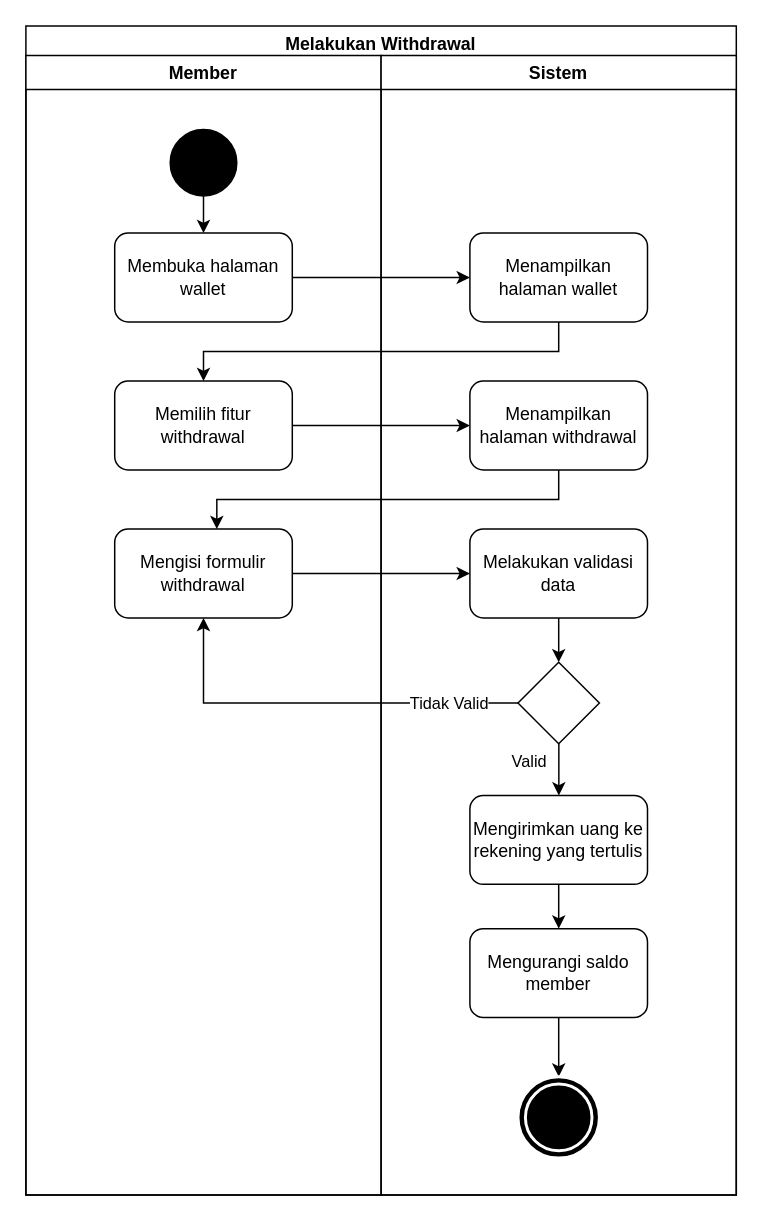
Before: Diagram/Activity Diagram/14. melakukan withdrawal.drawio in techie-jhs/thesis, a draw.io diagram. Source tidied: cells renumbered, new cells numbered last; positions are measured from the earlier drawing's top-left corner, leaving out a move shared by most shapes. Both pictures are drawn from the tidied source at 148%, with x=0, y=0 at pixel (25, 25).
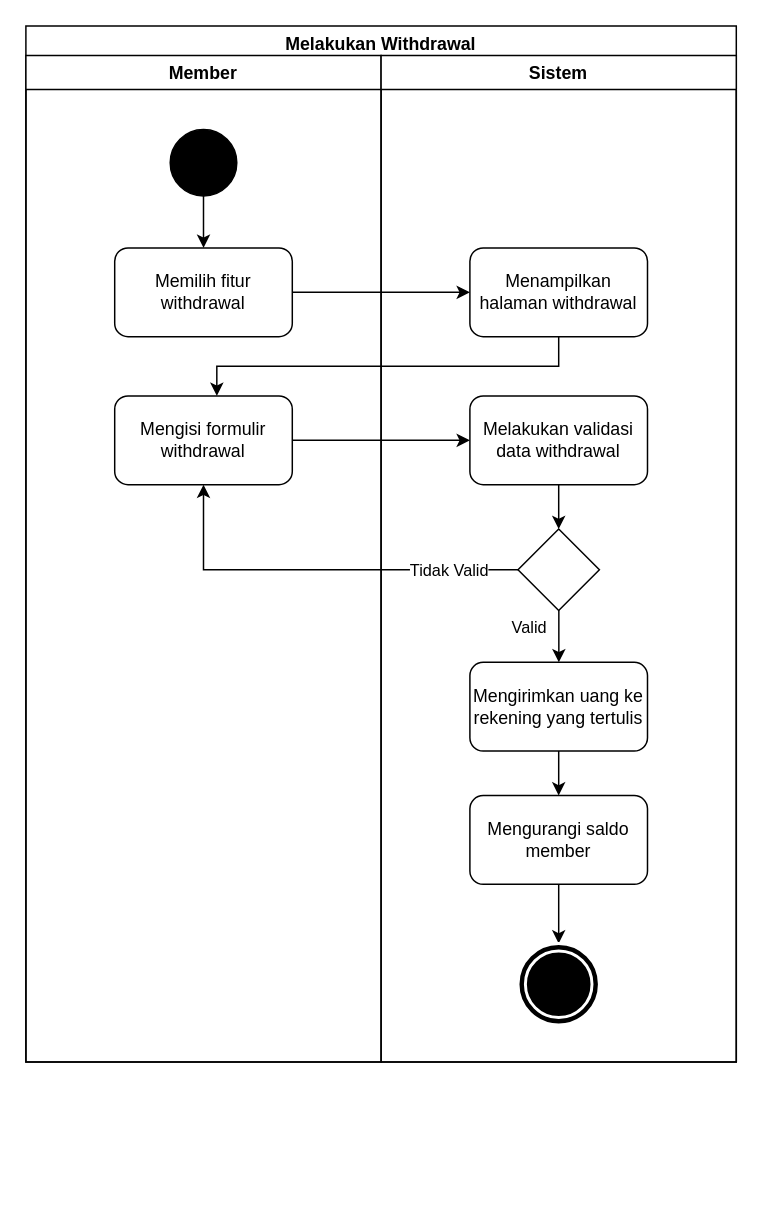
Above is the later version.

Unchanged cells that the change refers to:
```xml
<mxCell id="5" style="ellipse;whiteSpace=wrap;html=1;fillColor=#000000;" parent="3" vertex="1">
  <mxGeometry x="97.5" y="50" width="45" height="45" as="geometry" />
</mxCell>
```

Change to the diagram source:
```diff
@@
     <mxCell id="2" value="Melakukan Withdrawal" style="swimlane;fillColor=none;" parent="1" vertex="1">
-      <mxGeometry width="480" height="790" as="geometry" />
+      <mxGeometry width="480" height="700" as="geometry" />
     </mxCell>
     <mxCell id="3" value="Member" style="swimlane;" parent="2" vertex="1">
-      <mxGeometry y="20" width="240" height="770" as="geometry" />
+      <mxGeometry y="20" width="240" height="680" as="geometry" />
     </mxCell>
-    <mxCell id="4" style="edgeStyle=orthogonalEdgeStyle;rounded=0;jettySize=auto;html=1;" parent="3" edge="1" source="5" target="6">
-      <mxGeometry relative="1" as="geometry" />
-    </mxCell>
+    <mxCell id="28" style="edgeStyle=orthogonalEdgeStyle;rounded=0;jettySize=auto;html=1;" parent="3" edge="1" source="5" target="7">
+      <mxGeometry relative="1" as="geometry" />
+    </mxCell>
@@
-    <mxCell id="6" value="Membuka halaman wallet" style="rounded=1;whiteSpace=wrap;html=1;fillColor=none;" parent="3" vertex="1">
-      <mxGeometry x="60" y="120" width="120" height="60" as="geometry" />
-    </mxCell>
     <mxCell id="7" value="Memilih fitur withdrawal" style="rounded=1;whiteSpace=wrap;html=1;fillColor=none;" parent="3" vertex="1">
-      <mxGeometry x="60" y="220" width="120" height="60" as="geometry" />
+      <mxGeometry x="60" y="130" width="120" height="60" as="geometry" />
     </mxCell>
     <mxCell id="8" value="Mengisi formulir withdrawal" style="rounded=1;whiteSpace=wrap;html=1;fillColor=none;" parent="3" vertex="1">
-      <mxGeometry x="60" y="320" width="120" height="60" as="geometry" />
+      <mxGeometry x="60" y="230" width="120" height="60" as="geometry" />
     </mxCell>
     <mxCell id="9" value="Sistem" style="swimlane;" parent="2" vertex="1">
-      <mxGeometry x="240" y="20" width="240" height="770" as="geometry" />
+      <mxGeometry x="240" y="20" width="240" height="680" as="geometry" />
     </mxCell>
-    <mxCell id="10" value="Menampilkan halaman wallet" style="rounded=1;whiteSpace=wrap;html=1;fillColor=none;" parent="9" vertex="1">
-      <mxGeometry x="60" y="120" width="120" height="60" as="geometry" />
-    </mxCell>
     <mxCell id="11" value="Menampilkan halaman withdrawal" style="rounded=1;whiteSpace=wrap;html=1;fillColor=none;" parent="9" vertex="1">
-      <mxGeometry x="60" y="220" width="120" height="60" as="geometry" />
+      <mxGeometry x="60" y="130" width="120" height="60" as="geometry" />
     </mxCell>
-    <mxCell id="12" value="Melakukan validasi data" style="rounded=1;whiteSpace=wrap;html=1;fillColor=none;" parent="9" vertex="1">
-      <mxGeometry x="60" y="320" width="120" height="60" as="geometry" />
+    <mxCell id="12" value="Melakukan validasi data withdrawal" style="rounded=1;whiteSpace=wrap;html=1;fillColor=none;" parent="9" vertex="1">
+      <mxGeometry x="60" y="230" width="120" height="60" as="geometry" />
     </mxCell>
     <mxCell id="13" value="Valid" style="edgeStyle=orthogonalEdgeStyle;rounded=0;orthogonalLoop=1;jettySize=auto;html=1;" parent="9" edge="1">
       <mxGeometry x="-0.33" y="-20" relative="1" as="geometry">
-        <mxPoint x="120.1" y="464.9" as="sourcePoint" />
-        <mxPoint x="120.1" y="500" as="targetPoint" />
+        <mxPoint x="120.1" y="374.9" as="sourcePoint" />
+        <mxPoint x="120.1" y="410" as="targetPoint" />
       </mxGeometry>
     </mxCell>
     <mxCell id="14" style="rhombus;whiteSpace=wrap;html=1;fillColor=none;" parent="9" vertex="1">
-      <mxGeometry x="92.5" y="410" width="55" height="55" as="geometry" />
+      <mxGeometry x="92.5" y="320" width="55" height="55" as="geometry" />
     </mxCell>
@@
     <mxCell id="16" value="Mengirimkan uang ke rekening yang tertulis" style="rounded=1;whiteSpace=wrap;html=1;fillColor=none;" parent="9" vertex="1">
-      <mxGeometry x="60" y="500" width="120" height="60" as="geometry" />
+      <mxGeometry x="60" y="410" width="120" height="60" as="geometry" />
     </mxCell>
@@
     <mxCell id="19" value="Mengurangi saldo member" style="rounded=1;whiteSpace=wrap;html=1;fillColor=none;" parent="9" vertex="1">
-      <mxGeometry x="60" y="590" width="120" height="60" as="geometry" />
+      <mxGeometry x="60" y="500" width="120" height="60" as="geometry" />
     </mxCell>
     <mxCell id="20" style="ellipse;shape=doubleEllipse;whiteSpace=wrap;html=1;fillColor=#000000;strokeColor=#FFFFFF;strokeWidth=2;" parent="9" vertex="1">
-      <mxGeometry x="92.5" y="690" width="55" height="55" as="geometry" />
+      <mxGeometry x="92.5" y="600" width="55" height="55" as="geometry" />
     </mxCell>
-    <mxCell id="21" style="edgeStyle=orthogonalEdgeStyle;rounded=0;jettySize=auto;html=1;" parent="2" edge="1" source="6" target="10">
-      <mxGeometry relative="1" as="geometry" />
-    </mxCell>
-    <mxCell id="22" style="edgeStyle=orthogonalEdgeStyle;rounded=0;jettySize=auto;html=1;" parent="2" edge="1" source="10" target="7">
-      <mxGeometry relative="1" as="geometry">
-        <Array as="points">
-          <mxPoint x="360" y="220" />
-          <mxPoint x="120" y="220" />
-        </Array>
-      </mxGeometry>
-    </mxCell>
@@
     <mxCell id="27" style="edgeStyle=orthogonalEdgeStyle;rounded=0;jettySize=auto;html=1;" parent="2" edge="1" source="11" target="8">
       <mxGeometry relative="1" as="geometry">
         <Array as="points">
-          <mxPoint x="360" y="320" />
-          <mxPoint x="129" y="320" />
+          <mxPoint x="360" y="230" />
+          <mxPoint x="129" y="230" />
         </Array>
       </mxGeometry>
     </mxCell>
```
